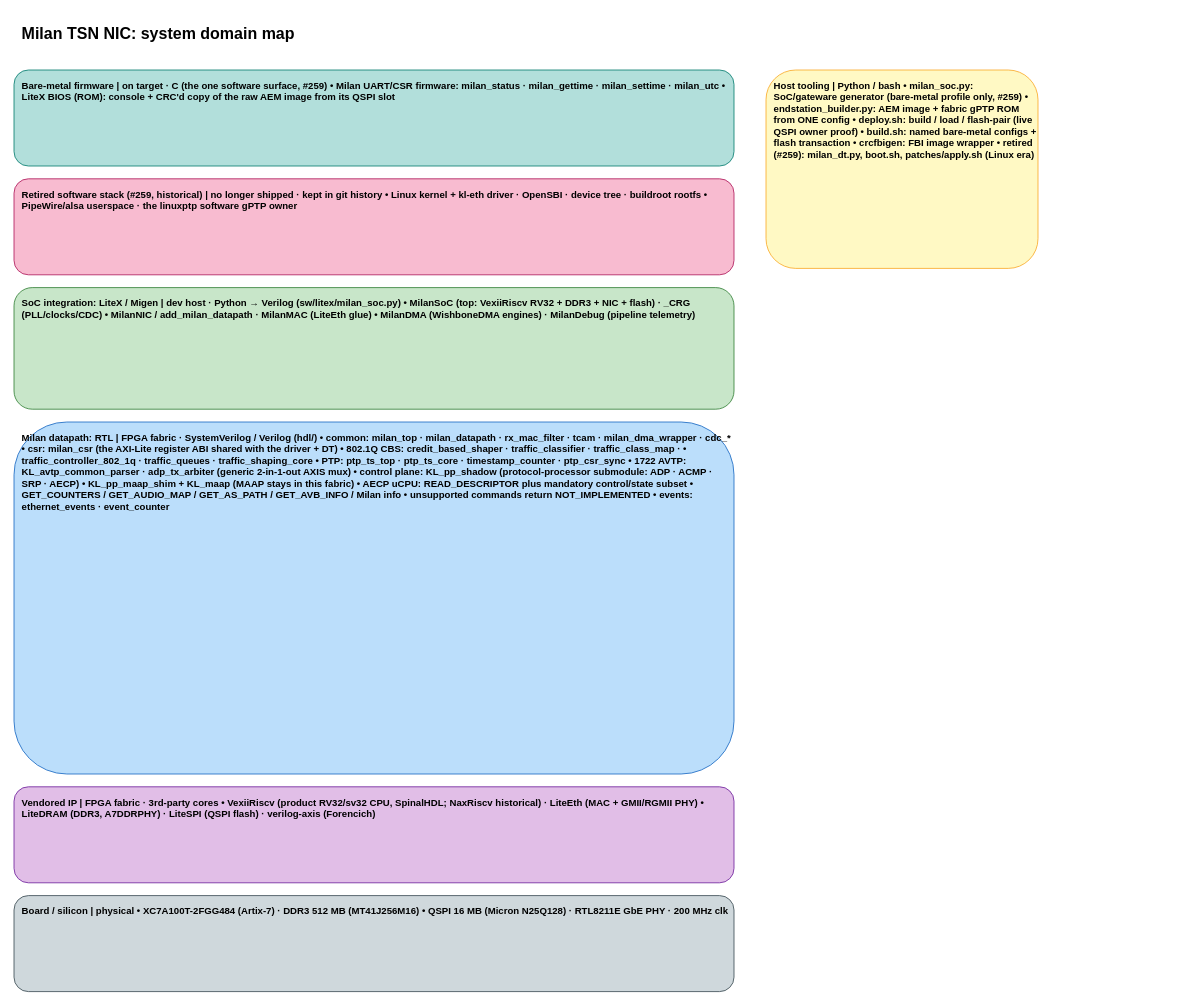
kebag-logic/milan-fpga keeps this draw.io diagram as docs/SYSTEM_DOMAIN_MAP.drawio. Above is the earlier version. Source tidied: cells renumbered, new cells numbered last; positions are measured from the earlier drawing's top-left corner, leaving out a move shared by most shapes. Both pictures are drawn from the tidied source at 80%, with x=0, y=0 at pixel (14, 14).
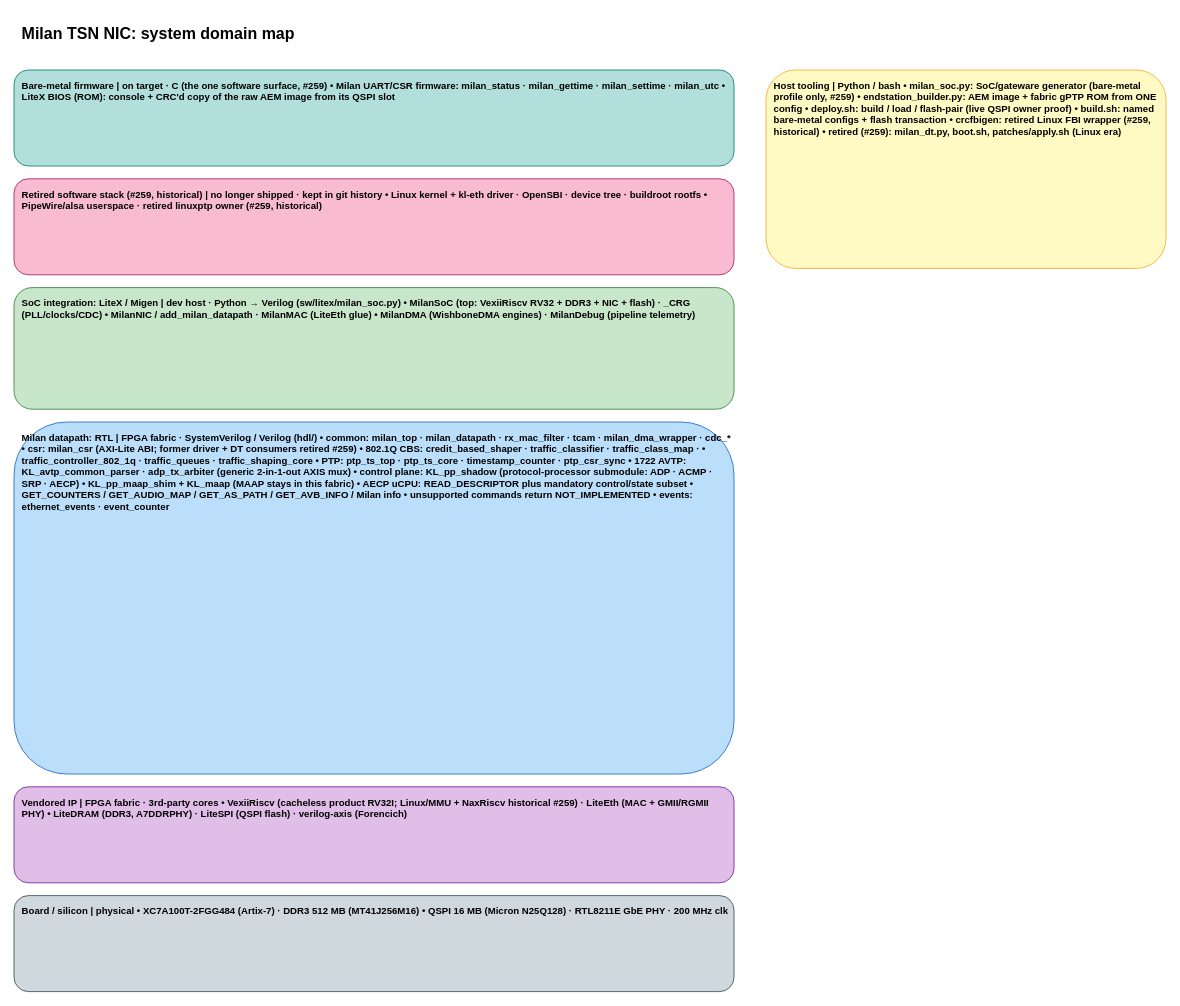
The same page after the edit.

What changed in the source:
```diff
@@
 <mxGraphModel>
   <root>
     <mxCell id="0" />
     <mxCell id="1" parent="0" />
     <mxCell id="2" value="Milan TSN NIC: system domain map" style="rounded=1;whiteSpace=wrap;html=1;fillColor=none;strokeColor=none;fontSize=20;align=left;verticalAlign=top;spacingLeft=8;spacingTop=6;fontStyle=1;" parent="1" vertex="1">
       <mxGeometry width="700" height="30" as="geometry" />
     </mxCell>
     <mxCell id="3" value="Bare-metal firmware   |   on target · C (the one software surface, #259)  • Milan UART/CSR firmware: milan_status · milan_gettime · milan_settime · milan_utc • LiteX BIOS (ROM): console + CRC'd copy of the raw AEM image from its QSPI slot" style="rounded=1;whiteSpace=wrap;html=1;fillColor=#B2DFDB;strokeColor=#00796B;fontSize=12;align=left;verticalAlign=top;spacingLeft=8;spacingTop=6;fontStyle=1;" parent="1" vertex="1">
       <mxGeometry y="70" width="900" height="120" as="geometry" />
     </mxCell>
-    <mxCell id="4" value="Retired software stack (#259, historical)   |   no longer shipped · kept in git history  • Linux kernel + kl-eth driver · OpenSBI · device tree · buildroot rootfs • PipeWire/alsa userspace · the linuxptp software gPTP owner" style="rounded=1;whiteSpace=wrap;html=1;fillColor=#F8BBD0;strokeColor=#AD1457;fontSize=12;align=left;verticalAlign=top;spacingLeft=8;spacingTop=6;fontStyle=1;" parent="1" vertex="1">
+    <mxCell id="4" value="Retired software stack (#259, historical)   |   no longer shipped · kept in git history  • Linux kernel + kl-eth driver · OpenSBI · device tree · buildroot rootfs • PipeWire/alsa userspace · retired linuxptp owner (#259, historical)" style="rounded=1;whiteSpace=wrap;html=1;fillColor=#F8BBD0;strokeColor=#AD1457;fontSize=12;align=left;verticalAlign=top;spacingLeft=8;spacingTop=6;fontStyle=1;" parent="1" vertex="1">
       <mxGeometry y="206" width="900" height="120" as="geometry" />
     </mxCell>
     <mxCell id="5" value="SoC integration: LiteX / Migen   |   dev host · Python → Verilog  (sw/litex/milan_soc.py)  • MilanSoC (top: VexiiRiscv RV32 + DDR3 + NIC + flash)   ·   _CRG (PLL/clocks/CDC) • MilanNIC / add_milan_datapath   ·   MilanMAC (LiteEth glue) • MilanDMA (WishboneDMA engines)   ·   MilanDebug (pipeline telemetry)" style="rounded=1;whiteSpace=wrap;html=1;fillColor=#C8E6C9;strokeColor=#2E7D32;fontSize=12;align=left;verticalAlign=top;spacingLeft=8;spacingTop=6;fontStyle=1;" parent="1" vertex="1">
       <mxGeometry y="342" width="900" height="152" as="geometry" />
     </mxCell>
-    <mxCell id="6" value="Milan datapath: RTL   |   FPGA fabric · SystemVerilog / Verilog  (hdl/)  • common: milan_top · milan_datapath · rx_mac_filter · tcam · milan_dma_wrapper · cdc_* • csr: milan_csr  (the AXI-Lite register ABI shared with the driver + DT) • 802.1Q CBS: credit_based_shaper · traffic_classifier · traffic_class_map · •             traffic_controller_802_1q · traffic_queues · traffic_shaping_core • PTP: ptp_ts_top · ptp_ts_core · timestamp_counter · ptp_csr_sync • 1722 AVTP: KL_avtp_common_parser   ·   adp_tx_arbiter (generic 2-in-1-out AXIS mux) • control plane: KL_pp_shadow (protocol-processor submodule: ADP · ACMP · SRP · AECP) •                KL_pp_maap_shim + KL_maap  (MAAP stays in this fabric) •                AECP uCPU: READ_DESCRIPTOR plus mandatory control/state subset •                GET_COUNTERS / GET_AUDIO_MAP / GET_AS_PATH / GET_AVB_INFO / Milan info •                unsupported commands return NOT_IMPLEMENTED • events: ethernet_events · event_counter" style="rounded=1;whiteSpace=wrap;html=1;fillColor=#BBDEFB;strokeColor=#1565C0;fontSize=12;align=left;verticalAlign=top;spacingLeft=8;spacingTop=6;fontStyle=1;" parent="1" vertex="1">
+    <mxCell id="6" value="Milan datapath: RTL   |   FPGA fabric · SystemVerilog / Verilog  (hdl/)  • common: milan_top · milan_datapath · rx_mac_filter · tcam · milan_dma_wrapper · cdc_* • csr: milan_csr  (AXI-Lite ABI; former driver + DT consumers retired #259) • 802.1Q CBS: credit_based_shaper · traffic_classifier · traffic_class_map · •             traffic_controller_802_1q · traffic_queues · traffic_shaping_core • PTP: ptp_ts_top · ptp_ts_core · timestamp_counter · ptp_csr_sync • 1722 AVTP: KL_avtp_common_parser   ·   adp_tx_arbiter (generic 2-in-1-out AXIS mux) • control plane: KL_pp_shadow (protocol-processor submodule: ADP · ACMP · SRP · AECP) •                KL_pp_maap_shim + KL_maap  (MAAP stays in this fabric) •                AECP uCPU: READ_DESCRIPTOR plus mandatory control/state subset •                GET_COUNTERS / GET_AUDIO_MAP / GET_AS_PATH / GET_AVB_INFO / Milan info •                unsupported commands return NOT_IMPLEMENTED • events: ethernet_events · event_counter" style="rounded=1;whiteSpace=wrap;html=1;fillColor=#BBDEFB;strokeColor=#1565C0;fontSize=12;align=left;verticalAlign=top;spacingLeft=8;spacingTop=6;fontStyle=1;" parent="1" vertex="1">
       <mxGeometry y="510" width="900" height="440" as="geometry" />
     </mxCell>
-    <mxCell id="7" value="Vendored IP   |   FPGA fabric · 3rd-party cores  • VexiiRiscv (product RV32/sv32 CPU, SpinalHDL; NaxRiscv historical)   ·   LiteEth (MAC + GMII/RGMII PHY) • LiteDRAM (DDR3, A7DDRPHY)   ·   LiteSPI (QSPI flash)   ·   verilog-axis (Forencich)" style="rounded=1;whiteSpace=wrap;html=1;fillColor=#E1BEE7;strokeColor=#6A1B9A;fontSize=12;align=left;verticalAlign=top;spacingLeft=8;spacingTop=6;fontStyle=1;" parent="1" vertex="1">
+    <mxCell id="7" value="Vendored IP   |   FPGA fabric · 3rd-party cores  • VexiiRiscv (cacheless product RV32I; Linux/MMU + NaxRiscv historical #259)   ·   LiteEth (MAC + GMII/RGMII PHY) • LiteDRAM (DDR3, A7DDRPHY)   ·   LiteSPI (QSPI flash)   ·   verilog-axis (Forencich)" style="rounded=1;whiteSpace=wrap;html=1;fillColor=#E1BEE7;strokeColor=#6A1B9A;fontSize=12;align=left;verticalAlign=top;spacingLeft=8;spacingTop=6;fontStyle=1;" parent="1" vertex="1">
       <mxGeometry y="966" width="900" height="120" as="geometry" />
     </mxCell>
     <mxCell id="8" value="Board / silicon   |   physical  • XC7A100T-2FGG484 (Artix-7)  ·  DDR3 512 MB (MT41J256M16) • QSPI 16 MB (Micron N25Q128)  ·  RTL8211E GbE PHY  ·  200 MHz clk" style="rounded=1;whiteSpace=wrap;html=1;fillColor=#CFD8DC;strokeColor=#37474F;fontSize=12;align=left;verticalAlign=top;spacingLeft=8;spacingTop=6;fontStyle=1;" parent="1" vertex="1">
       <mxGeometry y="1102" width="900" height="120" as="geometry" />
     </mxCell>
-    <mxCell id="9" value="Host tooling   |   Python / bash  • milan_soc.py: SoC/gateware generator (bare-metal profile only, #259) • endstation_builder.py: AEM image + fabric gPTP ROM from ONE config • deploy.sh: build / load / flash-pair (live QSPI owner proof) • build.sh: named bare-metal configs + flash transaction • crcfbigen: FBI image wrapper • retired (#259): milan_dt.py, boot.sh, patches/apply.sh (Linux era)" style="rounded=1;whiteSpace=wrap;html=1;fillColor=#FFF9C4;strokeColor=#F9A825;fontSize=12;align=left;verticalAlign=top;spacingLeft=8;spacingTop=6;fontStyle=1;" parent="1" vertex="1">
-      <mxGeometry x="940" y="70" width="340" height="248" as="geometry" />
+    <mxCell id="9" value="Host tooling   |   Python / bash  • milan_soc.py: SoC/gateware generator (bare-metal profile only, #259) • endstation_builder.py: AEM image + fabric gPTP ROM from ONE config • deploy.sh: build / load / flash-pair (live QSPI owner proof) • build.sh: named bare-metal configs + flash transaction • crcfbigen: retired Linux FBI wrapper (#259, historical) • retired (#259): milan_dt.py, boot.sh, patches/apply.sh (Linux era)" style="rounded=1;whiteSpace=wrap;html=1;fillColor=#FFF9C4;strokeColor=#F9A825;fontSize=12;align=left;verticalAlign=top;spacingLeft=8;spacingTop=6;fontStyle=1;" parent="1" vertex="1">
+      <mxGeometry x="940" y="70" width="500" height="248" as="geometry" />
     </mxCell>
   </root>
 </mxGraphModel>
```
